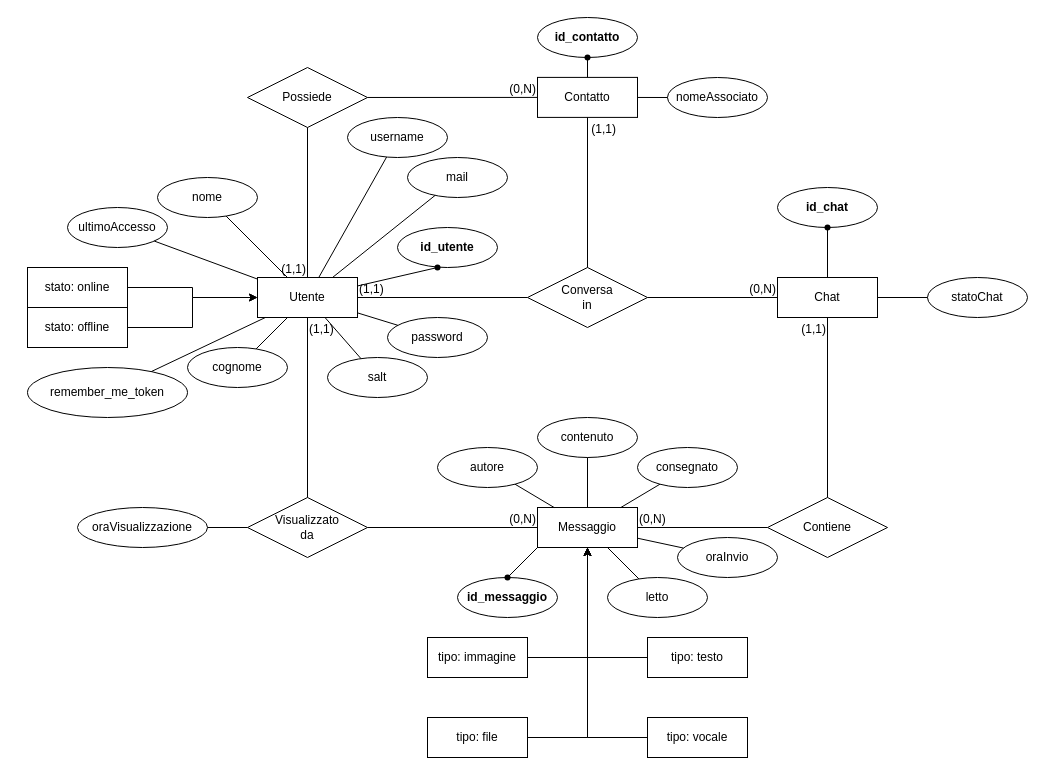
This is Progettazione/ER app messaggistica.drawio from FanteyOfficial/ProgettoQuintaInformatica, a draw.io file, before an edit. Source tidied: cells renumbered, new cells numbered last; positions are measured from the earlier drawing's top-left corner, leaving out a move shared by most shapes. Both pictures are drawn from the tidied source at 100%, with x=0, y=0 at pixel (27, 17).
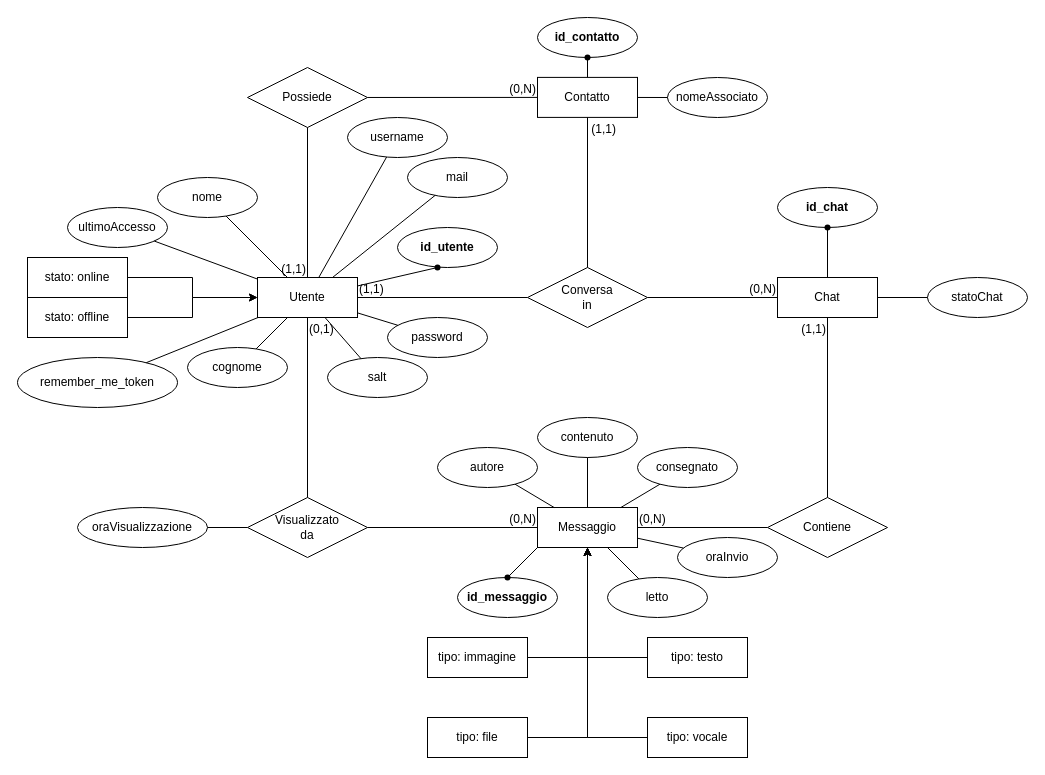
After the change.

The change refers to these unchanged cells:
```xml
<mxCell id="10" style="endArrow=none;html=1;rounded=0;exitX=0.5;exitY=1;exitDx=0;exitDy=0;entryX=0.5;entryY=0;entryDx=0;entryDy=0;" parent="1" edge="1" source="2" target="5">
  <mxGeometry relative="1" as="geometry" />
</mxCell>
```

Change to the diagram source:
```diff
@@
-    <mxCell id="11" value="(1,1)" style="html=1;whiteSpace=wrap;align=left;verticalAlign=bottom;" parent="10" vertex="1">
+    <mxCell id="11" value="(0,1)" style="html=1;whiteSpace=wrap;align=left;verticalAlign=bottom;" parent="10" vertex="1">
       <mxGeometry x="-1" relative="1" as="geometry">
         <mxPoint y="20" as="offset" />
       </mxGeometry>
     </mxCell>
@@
     <mxCell id="64" value="stato: online" style="whiteSpace=wrap;html=1;align=center;" parent="1" vertex="1">
-      <mxGeometry y="250" width="100" height="40" as="geometry" />
+      <mxGeometry y="240" width="100" height="40" as="geometry" />
     </mxCell>
@@
     <mxCell id="66" value="stato: offline" style="whiteSpace=wrap;html=1;align=center;" parent="1" vertex="1">
-      <mxGeometry y="290" width="100" height="40" as="geometry" />
+      <mxGeometry y="280" width="100" height="40" as="geometry" />
     </mxCell>
@@
     <mxCell id="69" value="remember_me_token" style="ellipse;whiteSpace=wrap;html=1;align=center;" parent="1" vertex="1">
-      <mxGeometry y="350" width="160" height="50" as="geometry" />
+      <mxGeometry x="-10" y="340" width="160" height="50" as="geometry" />
     </mxCell>
```
